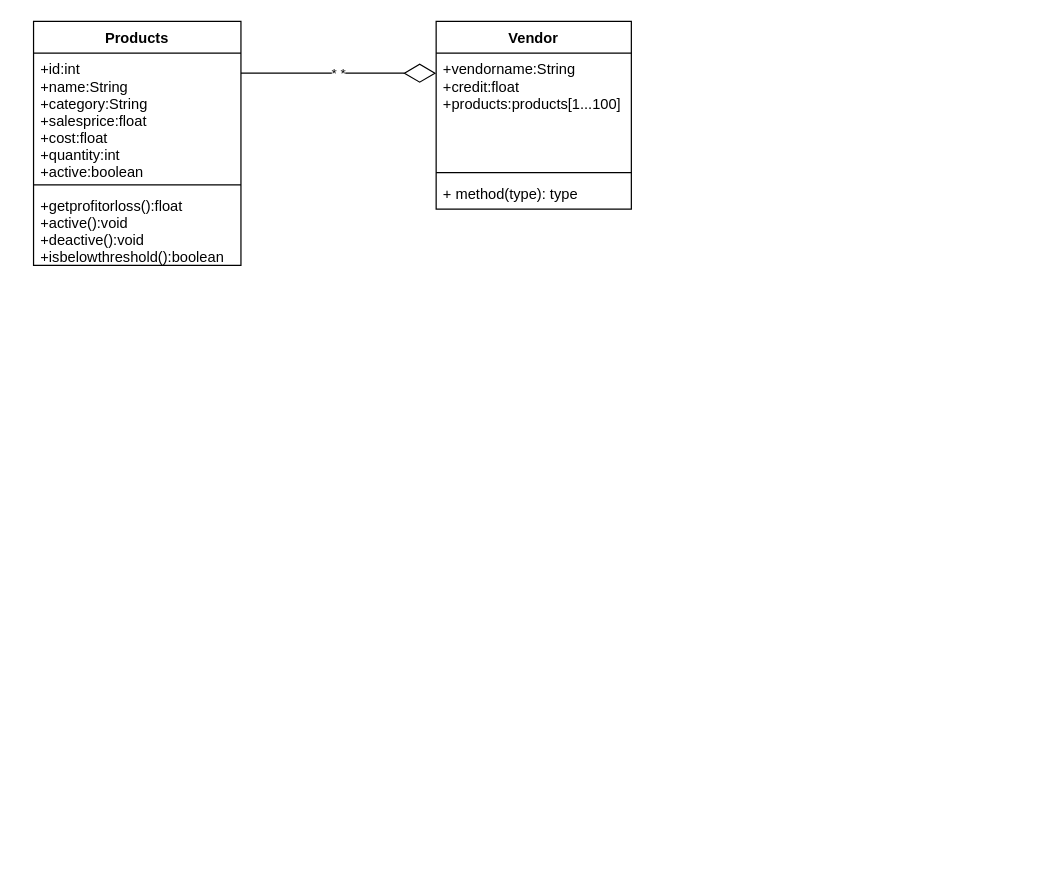
This is Inventory Management system.drawio from SowmiyaJhansi/fsd-ooadp-ims, a draw.io file, before an edit. Source tidied: cells renumbered, new cells numbered last; positions are measured from the earlier drawing's top-left corner, leaving out a move shared by most shapes. Both pictures are drawn from the tidied source at 122%, with x=0, y=0 at pixel (33, 21).
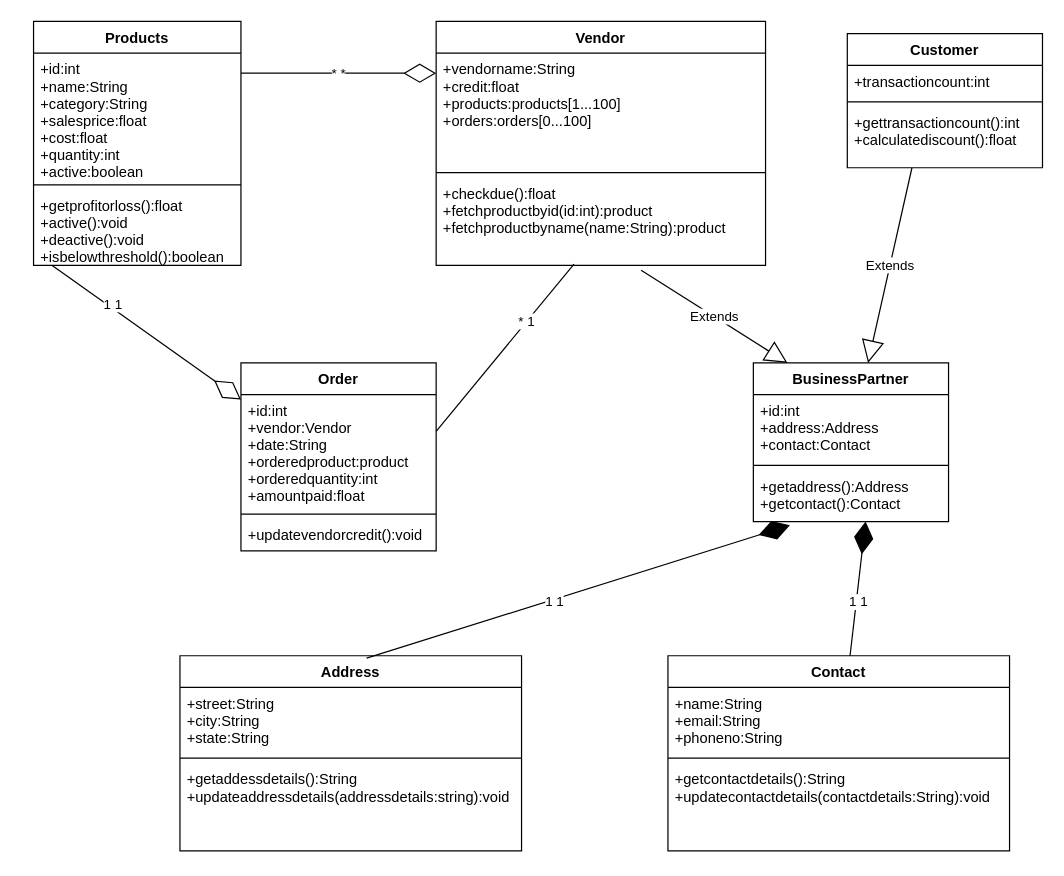
The same page after the edit.

What changed in the source:
```diff
@@
     <mxCell id="6" value="Vendor" style="swimlane;fontStyle=1;align=center;verticalAlign=top;horizontal=1;startSize=26;" parent="1" vertex="1">
-      <mxGeometry x="330" width="160" height="154" as="geometry" />
+      <mxGeometry x="330" width="270" height="200" as="geometry" />
     </mxCell>
-    <mxCell id="7" value="+vendorname:String&#10;+credit:float&#10;+products:products[1...100]&#10;" style="text;strokeColor=none;fillColor=none;align=left;verticalAlign=top;spacingLeft=4;spacingRight=4;overflow=hidden;" parent="6" vertex="1">
-      <mxGeometry y="26" width="160" height="94" as="geometry" />
+    <mxCell id="7" value="+vendorname:String&#10;+credit:float&#10;+products:products[1...100]&#10;+orders:orders[0...100]" style="text;strokeColor=none;fillColor=none;align=left;verticalAlign=top;spacingLeft=4;spacingRight=4;overflow=hidden;" parent="6" vertex="1">
+      <mxGeometry y="26" width="270" height="94" as="geometry" />
     </mxCell>
     <mxCell id="8" style="line;strokeWidth=1;fillColor=none;align=left;verticalAlign=middle;spacingTop=-1;spacingLeft=3;spacingRight=3;labelPosition=right;" parent="6" vertex="1">
-      <mxGeometry y="120" width="160" height="8" as="geometry" />
+      <mxGeometry y="120" width="270" height="8" as="geometry" />
     </mxCell>
-    <mxCell id="9" value="+ method(type): type" style="text;strokeColor=none;fillColor=none;align=left;verticalAlign=top;spacingLeft=4;spacingRight=4;overflow=hidden;" parent="6" vertex="1">
-      <mxGeometry y="128" width="160" height="26" as="geometry" />
+    <mxCell id="9" value="+checkdue():float&#10;+fetchproductbyid(id:int):product&#10;+fetchproductbyname(name:String):product" style="text;strokeColor=none;fillColor=none;align=left;verticalAlign=top;spacingLeft=4;spacingRight=4;overflow=hidden;" parent="6" vertex="1">
+      <mxGeometry y="128" width="270" height="72" as="geometry" />
     </mxCell>
@@
+    <mxCell id="11" value="Customer" style="swimlane;fontStyle=1;align=center;verticalAlign=top;horizontal=1;startSize=26;" parent="1" vertex="1">
+      <mxGeometry x="667" y="10" width="160" height="110" as="geometry" />
+    </mxCell>
+    <mxCell id="12" value="+transactioncount:int" style="text;strokeColor=none;fillColor=none;align=left;verticalAlign=top;spacingLeft=4;spacingRight=4;overflow=hidden;" parent="11" vertex="1">
+      <mxGeometry y="26" width="160" height="26" as="geometry" />
+    </mxCell>
+    <mxCell id="13" style="line;strokeWidth=1;fillColor=none;align=left;verticalAlign=middle;spacingTop=-1;spacingLeft=3;spacingRight=3;labelPosition=right;" parent="11" vertex="1">
+      <mxGeometry y="52" width="160" height="8" as="geometry" />
+    </mxCell>
+    <mxCell id="14" value="+gettransactioncount():int&#10;+calculatediscount():float" style="text;strokeColor=none;fillColor=none;align=left;verticalAlign=top;spacingLeft=4;spacingRight=4;overflow=hidden;" parent="11" vertex="1">
+      <mxGeometry y="60" width="160" height="50" as="geometry" />
+    </mxCell>
+    <mxCell id="15" value="Order" style="swimlane;fontStyle=1;align=center;verticalAlign=top;horizontal=1;startSize=26;" parent="1" vertex="1">
+      <mxGeometry x="170" y="280" width="160" height="154" as="geometry" />
+    </mxCell>
+    <mxCell id="16" value="+id:int&#10;+vendor:Vendor&#10;+date:String&#10;+orderedproduct:product&#10;+orderedquantity:int&#10;+amountpaid:float" style="text;strokeColor=none;fillColor=none;align=left;verticalAlign=top;spacingLeft=4;spacingRight=4;overflow=hidden;" parent="15" vertex="1">
+      <mxGeometry y="26" width="160" height="94" as="geometry" />
+    </mxCell>
+    <mxCell id="17" style="line;strokeWidth=1;fillColor=none;align=left;verticalAlign=middle;spacingTop=-1;spacingLeft=3;spacingRight=3;labelPosition=right;" parent="15" vertex="1">
+      <mxGeometry y="120" width="160" height="8" as="geometry" />
+    </mxCell>
+    <mxCell id="18" value="+updatevendorcredit():void" style="text;strokeColor=none;fillColor=none;align=left;verticalAlign=top;spacingLeft=4;spacingRight=4;overflow=hidden;" parent="15" vertex="1">
+      <mxGeometry y="128" width="160" height="26" as="geometry" />
+    </mxCell>
+    <mxCell id="19" style="endArrow=diamondThin;endFill=0;endSize=24;html=1;" parent="1" edge="1">
+      <mxGeometry relative="1" as="geometry">
+        <mxPoint x="15" y="200" as="sourcePoint" />
+        <mxPoint x="170" y="310" as="targetPoint" />
+      </mxGeometry>
+    </mxCell>
+    <mxCell id="20" value="1&lt;span style=&quot;white-space: pre&quot;&gt; &lt;/span&gt;1" style="edgeLabel;html=1;align=center;verticalAlign=middle;" parent="19" vertex="1">
+      <mxGeometry x="-0.38" y="3" relative="1" as="geometry" />
+    </mxCell>
+    <mxCell id="21" style="endArrow=none;html=1;" parent="1" edge="1">
+      <mxGeometry relative="1" as="geometry">
+        <mxPoint x="330" y="336" as="sourcePoint" />
+        <mxPoint x="443" y="199" as="targetPoint" />
+      </mxGeometry>
+    </mxCell>
+    <mxCell id="22" value="*&lt;span style=&quot;white-space: pre&quot;&gt; &lt;/span&gt;1" style="edgeLabel;html=1;align=center;verticalAlign=middle;" parent="21" vertex="1">
+      <mxGeometry x="0.32" y="1" relative="1" as="geometry" />
+    </mxCell>
+    <mxCell id="23" value="BusinessPartner" style="swimlane;fontStyle=1;align=center;verticalAlign=top;horizontal=1;startSize=26;" parent="1" vertex="1">
+      <mxGeometry x="590" y="280" width="160" height="130" as="geometry" />
+    </mxCell>
+    <mxCell id="24" value="+id:int&#10;+address:Address&#10;+contact:Contact" style="text;strokeColor=none;fillColor=none;align=left;verticalAlign=top;spacingLeft=4;spacingRight=4;overflow=hidden;" parent="23" vertex="1">
+      <mxGeometry y="26" width="160" height="54" as="geometry" />
+    </mxCell>
+    <mxCell id="25" style="line;strokeWidth=1;fillColor=none;align=left;verticalAlign=middle;spacingTop=-1;spacingLeft=3;spacingRight=3;labelPosition=right;" parent="23" vertex="1">
+      <mxGeometry y="80" width="160" height="8" as="geometry" />
+    </mxCell>
+    <mxCell id="26" value="+getaddress():Address&#10;+getcontact():Contact" style="text;strokeColor=none;fillColor=none;align=left;verticalAlign=top;spacingLeft=4;spacingRight=4;overflow=hidden;" parent="23" vertex="1">
+      <mxGeometry y="88" width="160" height="42" as="geometry" />
+    </mxCell>
+    <mxCell id="27" value="Extends" style="endArrow=block;endSize=16;endFill=0;html=1;" parent="1" edge="1">
+      <mxGeometry relative="1" as="geometry">
+        <mxPoint x="498" y="204" as="sourcePoint" />
+        <mxPoint x="618" y="280" as="targetPoint" />
+      </mxGeometry>
+    </mxCell>
+    <mxCell id="28" value="Extends" style="endArrow=block;endSize=16;endFill=0;html=1;" parent="1" edge="1">
+      <mxGeometry relative="1" as="geometry">
+        <mxPoint x="720" y="120" as="sourcePoint" />
+        <mxPoint x="684" y="280" as="targetPoint" />
+      </mxGeometry>
+    </mxCell>
+    <mxCell id="29" value="Address" style="swimlane;fontStyle=1;align=center;verticalAlign=top;horizontal=1;startSize=26;" parent="1" vertex="1">
+      <mxGeometry x="120" y="520" width="280" height="160" as="geometry" />
+    </mxCell>
+    <mxCell id="30" value="+street:String&#10;+city:String&#10;+state:String" style="text;strokeColor=none;fillColor=none;align=left;verticalAlign=top;spacingLeft=4;spacingRight=4;overflow=hidden;" parent="29" vertex="1">
+      <mxGeometry y="26" width="280" height="54" as="geometry" />
+    </mxCell>
+    <mxCell id="31" style="line;strokeWidth=1;fillColor=none;align=left;verticalAlign=middle;spacingTop=-1;spacingLeft=3;spacingRight=3;labelPosition=right;" parent="29" vertex="1">
+      <mxGeometry y="80" width="280" height="8" as="geometry" />
+    </mxCell>
+    <mxCell id="32" value="+getaddessdetails():String&#10;+updateaddressdetails(addressdetails:string):void" style="text;strokeColor=none;fillColor=none;align=left;verticalAlign=top;spacingLeft=4;spacingRight=4;overflow=hidden;" parent="29" vertex="1">
+      <mxGeometry y="88" width="280" height="72" as="geometry" />
+    </mxCell>
+    <mxCell id="33" value="Contact" style="swimlane;fontStyle=1;align=center;verticalAlign=top;horizontal=1;startSize=26;" parent="1" vertex="1">
+      <mxGeometry x="520" y="520" width="280" height="160" as="geometry" />
+    </mxCell>
+    <mxCell id="34" value="+name:String&#10;+email:String&#10;+phoneno:String" style="text;strokeColor=none;fillColor=none;align=left;verticalAlign=top;spacingLeft=4;spacingRight=4;overflow=hidden;" parent="33" vertex="1">
+      <mxGeometry y="26" width="280" height="54" as="geometry" />
+    </mxCell>
+    <mxCell id="35" style="line;strokeWidth=1;fillColor=none;align=left;verticalAlign=middle;spacingTop=-1;spacingLeft=3;spacingRight=3;labelPosition=right;" parent="33" vertex="1">
+      <mxGeometry y="80" width="280" height="8" as="geometry" />
+    </mxCell>
+    <mxCell id="36" value="+getcontactdetails():String&#10;+updatecontactdetails(contactdetails:String):void" style="text;strokeColor=none;fillColor=none;align=left;verticalAlign=top;spacingLeft=4;spacingRight=4;overflow=hidden;" parent="33" vertex="1">
+      <mxGeometry y="88" width="280" height="72" as="geometry" />
+    </mxCell>
+    <mxCell id="37" style="endArrow=diamondThin;endFill=1;endSize=24;html=1;" parent="1" edge="1">
+      <mxGeometry relative="1" as="geometry">
+        <mxPoint x="273" y="522" as="sourcePoint" />
+        <mxPoint x="620" y="413" as="targetPoint" />
+      </mxGeometry>
+    </mxCell>
+    <mxCell id="38" value="1&lt;span style=&quot;white-space: pre&quot;&gt; &lt;/span&gt;1" style="edgeLabel;html=1;align=center;verticalAlign=middle;" parent="37" vertex="1">
+      <mxGeometry x="-0.12" y="-2" relative="1" as="geometry" />
+    </mxCell>
+    <mxCell id="39" style="endArrow=diamondThin;endFill=1;endSize=24;html=1;" parent="1" edge="1" source="33">
+      <mxGeometry relative="1" as="geometry">
+        <mxPoint x="682" y="410" as="targetPoint" />
+      </mxGeometry>
+    </mxCell>
+    <mxCell id="40" value="1&lt;span style=&quot;white-space: pre&quot;&gt; &lt;/span&gt;1" style="edgeLabel;html=1;align=center;verticalAlign=middle;" parent="39" vertex="1">
+      <mxGeometry x="-0.18" y="-1" relative="1" as="geometry" />
+    </mxCell>
```
